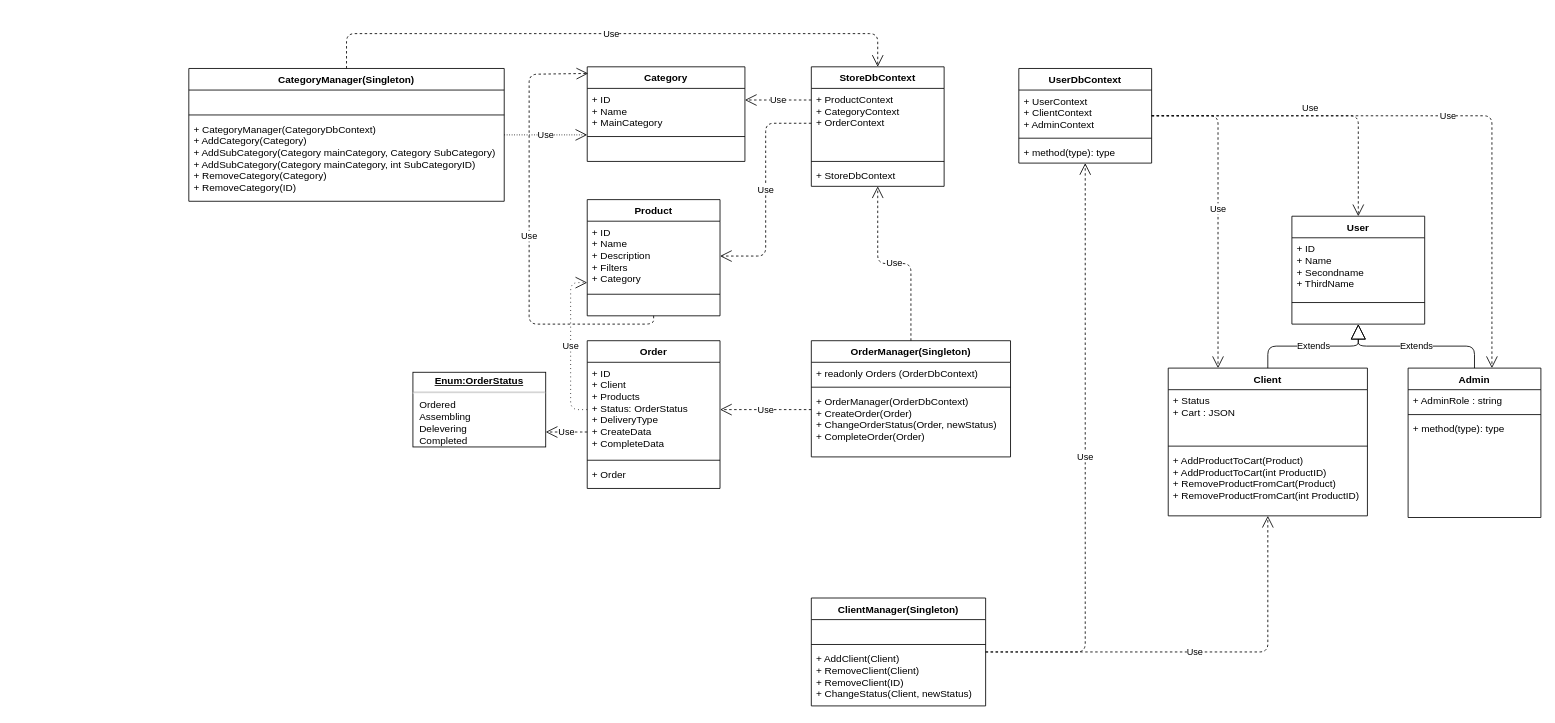
Earlier version of the draw.io diagram UML Diagram.drawio (ArtemGB/AlpakaStore). Source tidied: cells renumbered, new cells numbered last; positions are measured from the earlier drawing's top-left corner, leaving out a move shared by most shapes. Both pictures are drawn from the tidied source at 83%, with x=0, y=0 at pixel (188, 33).
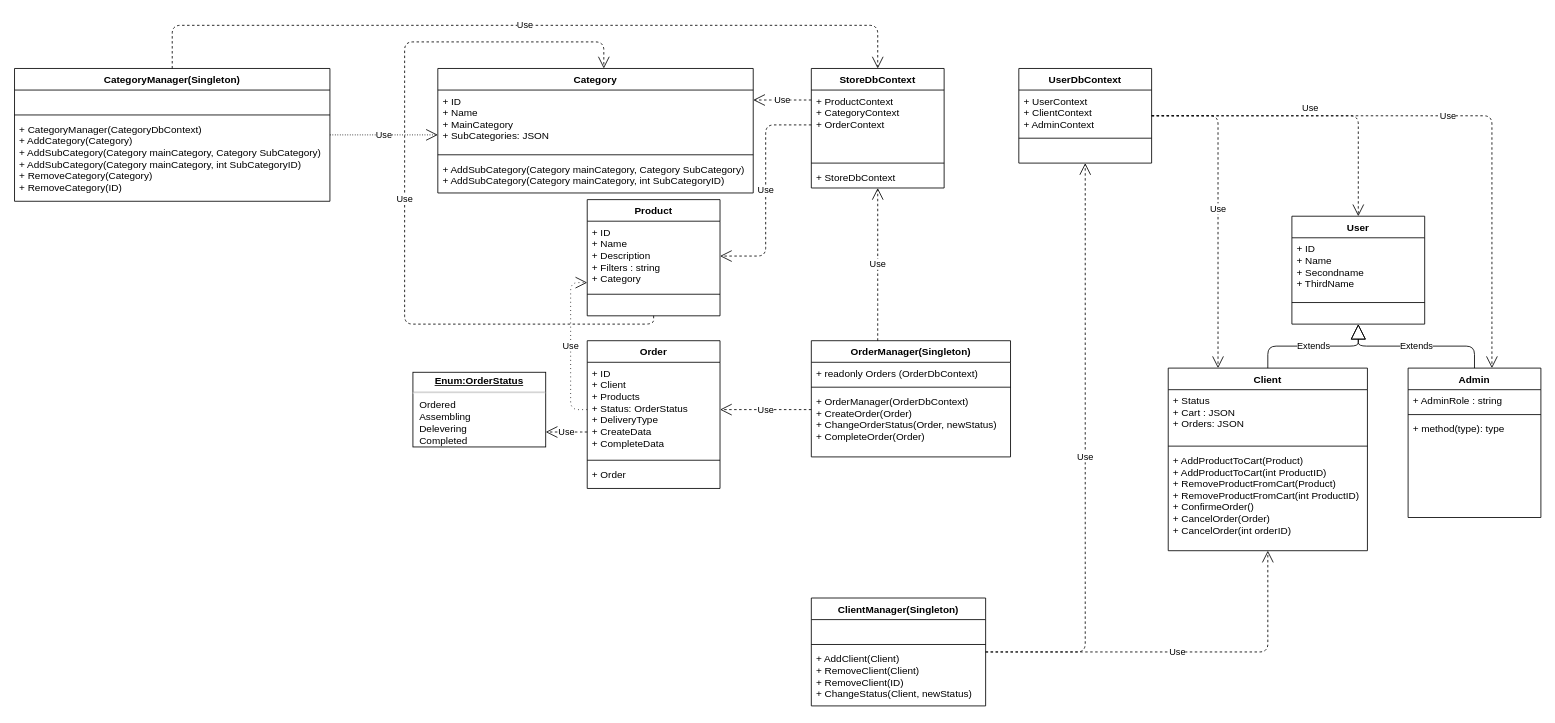
Above is the later version.

The change refers to these unchanged cells:
```xml
<mxCell id="2" value="Product" style="swimlane;fontStyle=1;align=center;verticalAlign=top;horizontal=1;startSize=26;" parent="1" vertex="1">
  <mxGeometry x="480" y="200" width="160" height="140" as="geometry" />
</mxCell>
<mxCell id="33" value="OrderManager(Singleton)" style="swimlane;fontStyle=1;align=center;verticalAlign=top;horizontal=1;startSize=26;" parent="1" vertex="1">
  <mxGeometry x="750" y="370" width="240" height="140" as="geometry" />
</mxCell>
<mxCell id="54" value="UserDbContext" style="swimlane;fontStyle=1;align=center;verticalAlign=top;horizontal=1;startSize=26;" parent="1" vertex="1">
  <mxGeometry x="1000" y="42" width="160" height="114" as="geometry" />
</mxCell>
```

The edit, as a diff of the source:
```diff
@@
-    <mxCell id="3" value="+ ID&#10;+ Name&#10;+ Description&#10;+ Filters&#10;+ Category" style="text;strokeColor=none;fillColor=none;align=left;verticalAlign=top;spacingLeft=4;spacingRight=4;overflow=hidden;points=[[0,0.5],[1,0.5]];portConstraint=eastwest;" parent="2" vertex="1">
+    <mxCell id="3" value="+ ID&#10;+ Name&#10;+ Description&#10;+ Filters : string&#10;+ Category" style="text;strokeColor=none;fillColor=none;align=left;verticalAlign=top;spacingLeft=4;spacingRight=4;overflow=hidden;points=[[0,0.5],[1,0.5]];portConstraint=eastwest;" parent="2" vertex="1">
       <mxGeometry y="26" width="160" height="84" as="geometry" />
     </mxCell>
@@
     <mxCell id="6" value="Category" style="swimlane;fontStyle=1;align=center;verticalAlign=top;horizontal=1;startSize=26;" parent="1" vertex="1">
-      <mxGeometry x="480" y="40" width="190" height="114" as="geometry" />
+      <mxGeometry x="300" y="42" width="380" height="150" as="geometry" />
     </mxCell>
-    <mxCell id="7" value="+ ID&#10;+ Name&#10;+ MainCategory" style="text;strokeColor=none;fillColor=none;align=left;verticalAlign=top;spacingLeft=4;spacingRight=4;overflow=hidden;" parent="6" vertex="1">
-      <mxGeometry y="26" width="190" height="54" as="geometry" />
+    <mxCell id="7" value="+ ID&#10;+ Name&#10;+ MainCategory&#10;+ SubCategories: JSON" style="text;strokeColor=none;fillColor=none;align=left;verticalAlign=top;spacingLeft=4;spacingRight=4;overflow=hidden;" parent="6" vertex="1">
+      <mxGeometry y="26" width="380" height="74" as="geometry" />
     </mxCell>
     <mxCell id="8" style="line;strokeWidth=1;fillColor=none;align=left;verticalAlign=middle;spacingTop=-1;spacingLeft=3;spacingRight=3;labelPosition=right;" parent="6" vertex="1">
-      <mxGeometry y="80" width="190" height="8" as="geometry" />
+      <mxGeometry y="100" width="380" height="8" as="geometry" />
     </mxCell>
-    <mxCell id="9" value=" " style="text;strokeColor=none;fillColor=none;align=left;verticalAlign=top;spacingLeft=4;spacingRight=4;overflow=hidden;" parent="6" vertex="1">
-      <mxGeometry y="88" width="190" height="26" as="geometry" />
+    <mxCell id="9" value="+ AddSubCategory(Category mainCategory, Category SubCategory)&#10;+ AddSubCategory(Category mainCategory, int SubCategoryID)" style="text;strokeColor=none;fillColor=none;align=left;verticalAlign=top;spacingLeft=4;spacingRight=4;overflow=hidden;" parent="6" vertex="1">
+      <mxGeometry y="108" width="380" height="42" as="geometry" />
     </mxCell>
     <mxCell id="10" value="StoreDbContext" style="swimlane;fontStyle=1;align=center;verticalAlign=top;horizontal=1;startSize=26;" parent="1" vertex="1">
-      <mxGeometry x="750" y="40" width="160" height="144" as="geometry" />
+      <mxGeometry x="750" y="42" width="160" height="144" as="geometry" />
     </mxCell>
@@
     <mxCell id="18" value="Client" style="swimlane;fontStyle=1;align=center;verticalAlign=top;horizontal=1;startSize=26;" parent="1" vertex="1">
-      <mxGeometry x="1180" y="403" width="240" height="178" as="geometry" />
+      <mxGeometry x="1180" y="403" width="240" height="220" as="geometry" />
     </mxCell>
-    <mxCell id="19" value="+ Status&#10;+ Cart : JSON" style="text;strokeColor=none;fillColor=none;align=left;verticalAlign=top;spacingLeft=4;spacingRight=4;overflow=hidden;" parent="18" vertex="1">
+    <mxCell id="19" value="+ Status&#10;+ Cart : JSON&#10;+ Orders: JSON" style="text;strokeColor=none;fillColor=none;align=left;verticalAlign=top;spacingLeft=4;spacingRight=4;overflow=hidden;" parent="18" vertex="1">
       <mxGeometry y="26" width="240" height="64" as="geometry" />
     </mxCell>
@@
-    <mxCell id="21" value="+ AddProductToCart(Product)&#10;+ AddProductToCart(int ProductID)&#10;+ RemoveProductFromCart(Product)&#10;+ RemoveProductFromCart(int ProductID)" style="text;strokeColor=none;fillColor=none;align=left;verticalAlign=top;spacingLeft=4;spacingRight=4;overflow=hidden;" parent="18" vertex="1">
-      <mxGeometry y="98" width="240" height="80" as="geometry" />
+    <mxCell id="21" value="+ AddProductToCart(Product)&#10;+ AddProductToCart(int ProductID)&#10;+ RemoveProductFromCart(Product)&#10;+ RemoveProductFromCart(int ProductID)&#10;+ ConfirmeOrder()&#10;+ CancelOrder(Order)&#10;+ CancelOrder(int orderID)" style="text;strokeColor=none;fillColor=none;align=left;verticalAlign=top;spacingLeft=4;spacingRight=4;overflow=hidden;" parent="18" vertex="1">
+      <mxGeometry y="98" width="240" height="122" as="geometry" />
     </mxCell>
@@
-    <mxCell id="42" value="Use" style="endArrow=open;endSize=12;dashed=1;html=1;edgeStyle=orthogonalEdgeStyle;entryX=0.006;entryY=0.07;entryDx=0;entryDy=0;entryPerimeter=0;" parent="1" edge="1" source="2" target="6">
+    <mxCell id="42" value="Use" style="endArrow=open;endSize=12;dashed=1;html=1;edgeStyle=orthogonalEdgeStyle;" parent="1" edge="1" source="2" target="6">
       <mxGeometry relative="1" as="geometry">
         <Array as="points">
           <mxPoint x="560" y="350" />
-          <mxPoint x="410" y="350" />
-          <mxPoint x="410" y="49" />
+          <mxPoint x="260" y="350" />
+          <mxPoint x="260" y="10" />
+          <mxPoint x="500" y="10" />
         </Array>
       </mxGeometry>
     </mxCell>
     <mxCell id="43" value="CategoryManager(Singleton)" style="swimlane;fontStyle=1;align=center;verticalAlign=top;horizontal=1;startSize=26;" parent="1" vertex="1">
-      <mxGeometry y="42" width="380" height="160" as="geometry" />
+      <mxGeometry x="-210" y="42" width="380" height="160" as="geometry" />
     </mxCell>
@@
     <mxCell id="52" value="Use" style="endArrow=open;endSize=12;dashed=1;html=1;edgeStyle=orthogonalEdgeStyle;" parent="1" edge="1" source="43" target="10">
       <mxGeometry relative="1" as="geometry">
         <Array as="points">
-          <mxPoint x="190" />
-          <mxPoint x="830" />
+          <mxPoint x="-20" y="-10" />
+          <mxPoint x="830" y="-10" />
         </Array>
       </mxGeometry>
     </mxCell>
     <mxCell id="53" value="Use" style="endArrow=open;endSize=12;dashed=1;html=1;edgeStyle=orthogonalEdgeStyle;" parent="1" edge="1" source="33" target="10">
-      <mxGeometry relative="1" as="geometry" />
+      <mxGeometry relative="1" as="geometry">
+        <Array as="points">
+          <mxPoint x="830" y="320" />
+          <mxPoint x="830" y="320" />
+        </Array>
+      </mxGeometry>
     </mxCell>
@@
-    <mxCell id="57" value="+ method(type): type" style="text;strokeColor=none;fillColor=none;align=left;verticalAlign=top;spacingLeft=4;spacingRight=4;overflow=hidden;" parent="54" vertex="1">
+    <mxCell id="57" value=" " style="text;strokeColor=none;fillColor=none;align=left;verticalAlign=top;spacingLeft=4;spacingRight=4;overflow=hidden;" parent="54" vertex="1">
       <mxGeometry y="88" width="160" height="26" as="geometry" />
     </mxCell>
```
